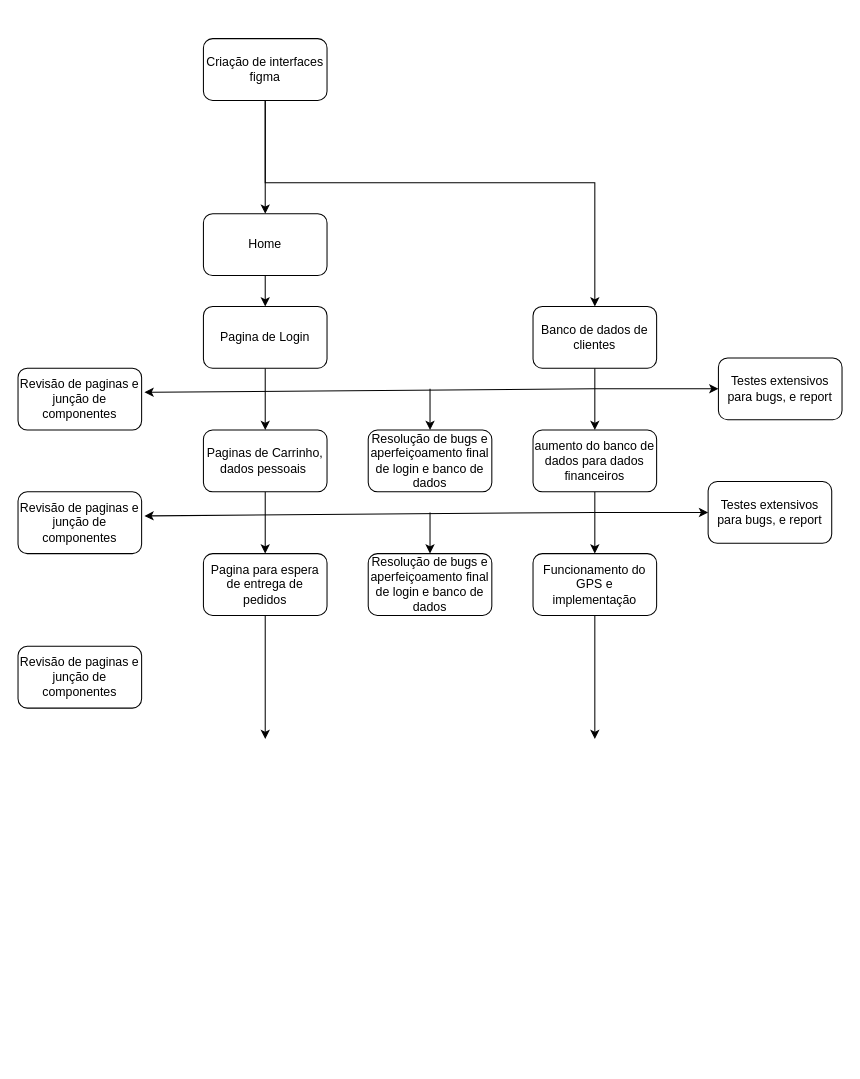
The draw.io diagram docs/Diagrama sem nome.drawio in Trabalho-profe/UML-Classroom-FCI, before the edit. Source tidied: cells renumbered, new cells numbered last; positions are measured from the earlier drawing's top-left corner, leaving out a move shared by most shapes. Both pictures are drawn from the tidied source at 103%, with x=0, y=0 at pixel (18, 38).
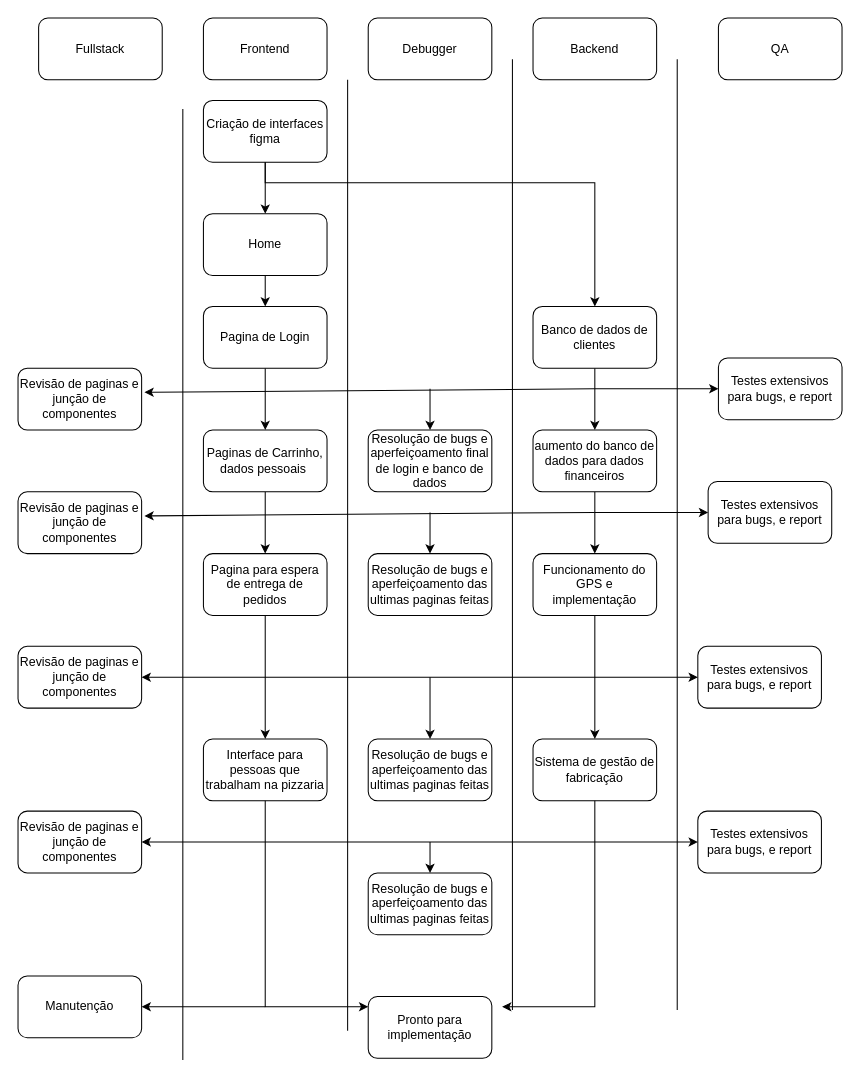
The same page after the edit.

Commit message:
Atualização diagrama

The change refers to these unchanged cells:
```xml
<mxCell id="25" value="Revisão de paginas e junção de componentes" style="rounded=1;whiteSpace=wrap;html=1;" parent="1" vertex="1">
  <mxGeometry y="590" width="120" height="60" as="geometry" />
</mxCell>
```

The edit, as a diff of the source:
```diff
@@
     <mxCell id="2" value="Criação de interfaces&lt;div&gt;figma&lt;br&gt;&lt;/div&gt;" style="rounded=1;whiteSpace=wrap;html=1;" parent="1" vertex="1">
-      <mxGeometry x="180" width="120" height="60" as="geometry" />
+      <mxGeometry x="180" y="60" width="120" height="60" as="geometry" />
     </mxCell>
@@
-    <mxCell id="29" value="Resolução de bugs e aperfeiçoamento final&lt;div&gt;de login e banco de dados&lt;/div&gt;" style="rounded=1;whiteSpace=wrap;html=1;" parent="1" vertex="1">
+    <mxCell id="29" value="Resolução de bugs e aperfeiçoamento das ultimas paginas feitas" style="rounded=1;whiteSpace=wrap;html=1;" parent="1" vertex="1">
       <mxGeometry x="340" y="500" width="120" height="60" as="geometry" />
     </mxCell>
@@
+    <mxCell id="32" value="Testes extensivos para bugs, e report" style="rounded=1;whiteSpace=wrap;html=1;" parent="1" vertex="1">
+      <mxGeometry x="660" y="590" width="120" height="60" as="geometry" />
+    </mxCell>
+    <mxCell id="33" style="endArrow=classic;startArrow=classic;html=1;rounded=0;exitX=1;exitY=0.5;exitDx=0;exitDy=0;entryX=0;entryY=0.5;entryDx=0;entryDy=0;" parent="1" edge="1" source="25" target="32">
+      <mxGeometry relative="1" as="geometry" />
+    </mxCell>
+    <mxCell id="34" value="Interface para pessoas que trabalham na pizzaria" style="rounded=1;whiteSpace=wrap;html=1;" parent="1" vertex="1">
+      <mxGeometry x="180" y="680" width="120" height="60" as="geometry" />
+    </mxCell>
+    <mxCell id="35" value="Sistema de gestão de fabricação" style="rounded=1;whiteSpace=wrap;html=1;" parent="1" vertex="1">
+      <mxGeometry x="500" y="680" width="120" height="60" as="geometry" />
+    </mxCell>
+    <mxCell id="36" value="Pronto para implementação" style="rounded=1;whiteSpace=wrap;html=1;" parent="1" vertex="1">
+      <mxGeometry x="340" y="930" width="120" height="60" as="geometry" />
+    </mxCell>
+    <mxCell id="37" style="endArrow=classic;html=1;rounded=0;exitX=0.5;exitY=1;exitDx=0;exitDy=0;entryX=0;entryY=0.167;entryDx=0;entryDy=0;entryPerimeter=0;" parent="1" edge="1" source="34" target="36">
+      <mxGeometry relative="1" as="geometry">
+        <Array as="points">
+          <mxPoint x="240" y="940" />
+        </Array>
+      </mxGeometry>
+    </mxCell>
+    <mxCell id="38" value="Revisão de paginas e junção de componentes" style="rounded=1;whiteSpace=wrap;html=1;" parent="1" vertex="1">
+      <mxGeometry y="750" width="120" height="60" as="geometry" />
+    </mxCell>
+    <mxCell id="39" value="Testes extensivos para bugs, e report" style="rounded=1;whiteSpace=wrap;html=1;" parent="1" vertex="1">
+      <mxGeometry x="660" y="750" width="120" height="60" as="geometry" />
+    </mxCell>
+    <mxCell id="40" style="endArrow=classic;startArrow=classic;html=1;rounded=0;exitX=1;exitY=0.5;exitDx=0;exitDy=0;entryX=0;entryY=0.5;entryDx=0;entryDy=0;" parent="1" edge="1" source="38" target="39">
+      <mxGeometry relative="1" as="geometry" />
+    </mxCell>
+    <mxCell id="41" value="Resolução de bugs e aperfeiçoamento das ultimas paginas feitas" style="rounded=1;whiteSpace=wrap;html=1;" parent="1" vertex="1">
+      <mxGeometry x="340" y="680" width="120" height="60" as="geometry" />
+    </mxCell>
+    <mxCell id="42" value="Resolução de bugs e aperfeiçoamento das ultimas paginas feitas" style="rounded=1;whiteSpace=wrap;html=1;" parent="1" vertex="1">
+      <mxGeometry x="340" y="810" width="120" height="60" as="geometry" />
+    </mxCell>
+    <mxCell id="43" style="endArrow=classic;html=1;rounded=0;entryX=0.5;entryY=0;entryDx=0;entryDy=0;" parent="1" edge="1" target="41">
+      <mxGeometry relative="1" as="geometry">
+        <mxPoint x="400" y="620" as="sourcePoint" />
+      </mxGeometry>
+    </mxCell>
+    <mxCell id="44" style="endArrow=classic;html=1;rounded=0;entryX=0.5;entryY=0;entryDx=0;entryDy=0;" parent="1" edge="1" target="42">
+      <mxGeometry relative="1" as="geometry">
+        <mxPoint x="400" y="780" as="sourcePoint" />
+      </mxGeometry>
+    </mxCell>
+    <mxCell id="45" style="endArrow=classic;html=1;rounded=0;" parent="1" edge="1">
+      <mxGeometry relative="1" as="geometry">
+        <mxPoint x="240" y="940" as="sourcePoint" />
+        <mxPoint x="120" y="940" as="targetPoint" />
+      </mxGeometry>
+    </mxCell>
+    <mxCell id="46" style="endArrow=classic;html=1;rounded=0;exitX=0.5;exitY=1;exitDx=0;exitDy=0;" parent="1" edge="1" source="35">
+      <mxGeometry relative="1" as="geometry">
+        <mxPoint x="470" y="940" as="targetPoint" />
+        <Array as="points">
+          <mxPoint x="560" y="940" />
+        </Array>
+      </mxGeometry>
+    </mxCell>
+    <mxCell id="47" value="Manutenção" style="rounded=1;whiteSpace=wrap;html=1;" parent="1" vertex="1">
+      <mxGeometry y="910" width="120" height="60" as="geometry" />
+    </mxCell>
+    <mxCell id="48" style="endArrow=none;html=1;rounded=0;" parent="1" edge="1">
+      <mxGeometry relative="1" as="geometry">
+        <mxPoint x="640" y="20" as="sourcePoint" />
+        <mxPoint x="640" y="943.2" as="targetPoint" />
+      </mxGeometry>
+    </mxCell>
+    <mxCell id="49" style="endArrow=none;html=1;rounded=0;" parent="1" edge="1">
+      <mxGeometry relative="1" as="geometry">
+        <mxPoint x="480" y="20" as="sourcePoint" />
+        <mxPoint x="480" y="943.2" as="targetPoint" />
+      </mxGeometry>
+    </mxCell>
+    <mxCell id="50" style="endArrow=none;html=1;rounded=0;" parent="1" edge="1">
+      <mxGeometry relative="1" as="geometry">
+        <mxPoint x="320" y="40" as="sourcePoint" />
+        <mxPoint x="320" y="963.2" as="targetPoint" />
+      </mxGeometry>
+    </mxCell>
+    <mxCell id="51" style="endArrow=none;html=1;rounded=0;" parent="1" edge="1">
+      <mxGeometry relative="1" as="geometry">
+        <mxPoint x="160" y="68.4" as="sourcePoint" />
+        <mxPoint x="160" y="991.6" as="targetPoint" />
+      </mxGeometry>
+    </mxCell>
+    <mxCell id="52" value="QA" style="rounded=1;whiteSpace=wrap;html=1;" parent="1" vertex="1">
+      <mxGeometry x="680" y="-20" width="120" height="60" as="geometry" />
+    </mxCell>
+    <mxCell id="53" value="Backend" style="rounded=1;whiteSpace=wrap;html=1;" parent="1" vertex="1">
+      <mxGeometry x="500" y="-20" width="120" height="60" as="geometry" />
+    </mxCell>
+    <mxCell id="54" value="Debugger" style="rounded=1;whiteSpace=wrap;html=1;" parent="1" vertex="1">
+      <mxGeometry x="340" y="-20" width="120" height="60" as="geometry" />
+    </mxCell>
+    <mxCell id="55" value="Frontend" style="rounded=1;whiteSpace=wrap;html=1;" parent="1" vertex="1">
+      <mxGeometry x="180" y="-20" width="120" height="60" as="geometry" />
+    </mxCell>
+    <mxCell id="56" style="edgeStyle=orthogonalEdgeStyle;rounded=0;orthogonalLoop=1;jettySize=auto;html=1;exitX=0.5;exitY=1;exitDx=0;exitDy=0;" parent="1" edge="1" source="54" target="54">
+      <mxGeometry relative="1" as="geometry" />
+    </mxCell>
+    <mxCell id="57" value="Fullstack" style="rounded=1;whiteSpace=wrap;html=1;" parent="1" vertex="1">
+      <mxGeometry x="20" y="-20" width="120" height="60" as="geometry" />
+    </mxCell>
```
